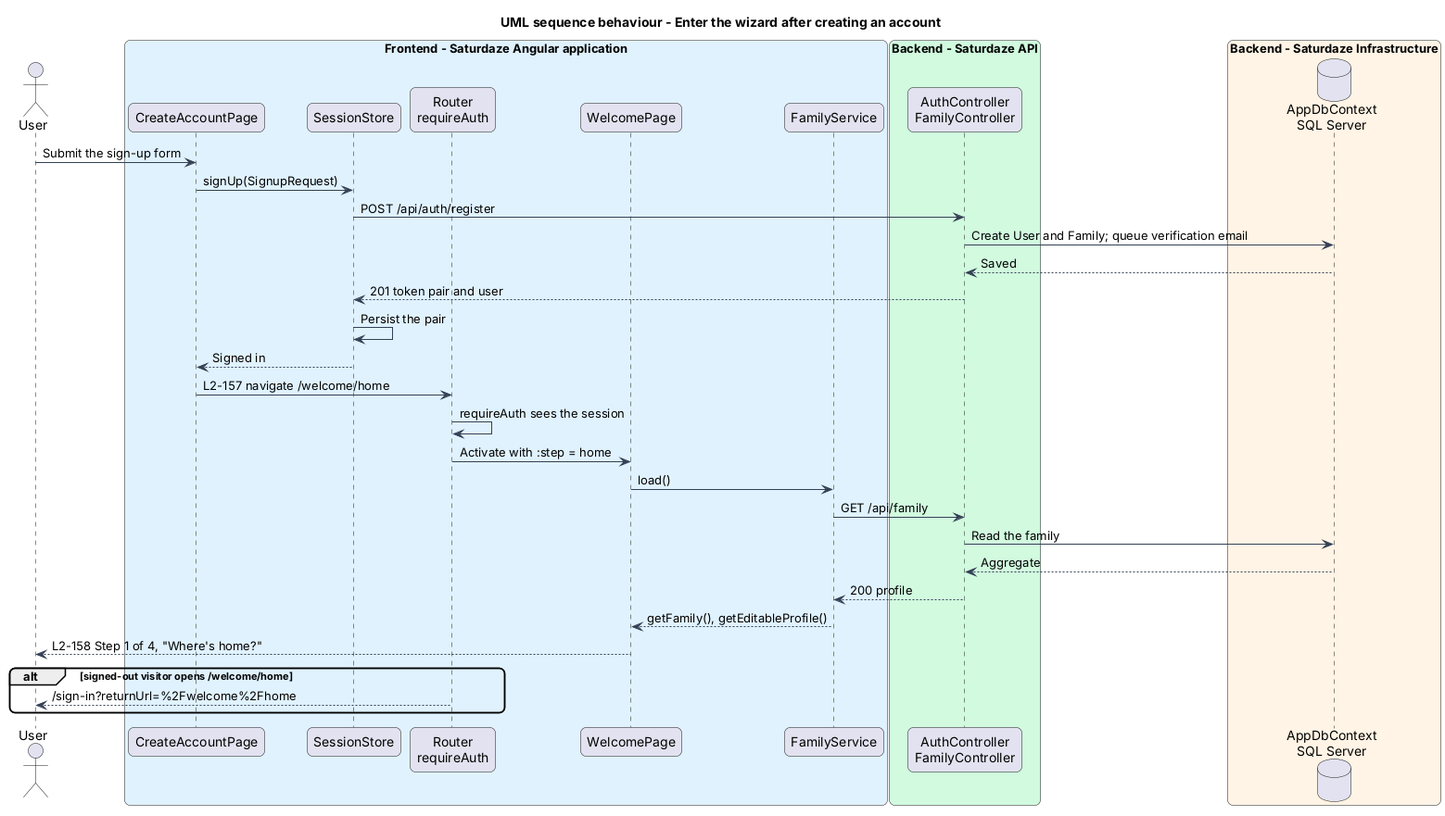
Before: docs/detailed-designs/family-profile/onboard-new-family/diagrams/sequence-enter-wizard.png, a diagram exported from PlantUML (QuinntyneBrown/saturdaze).
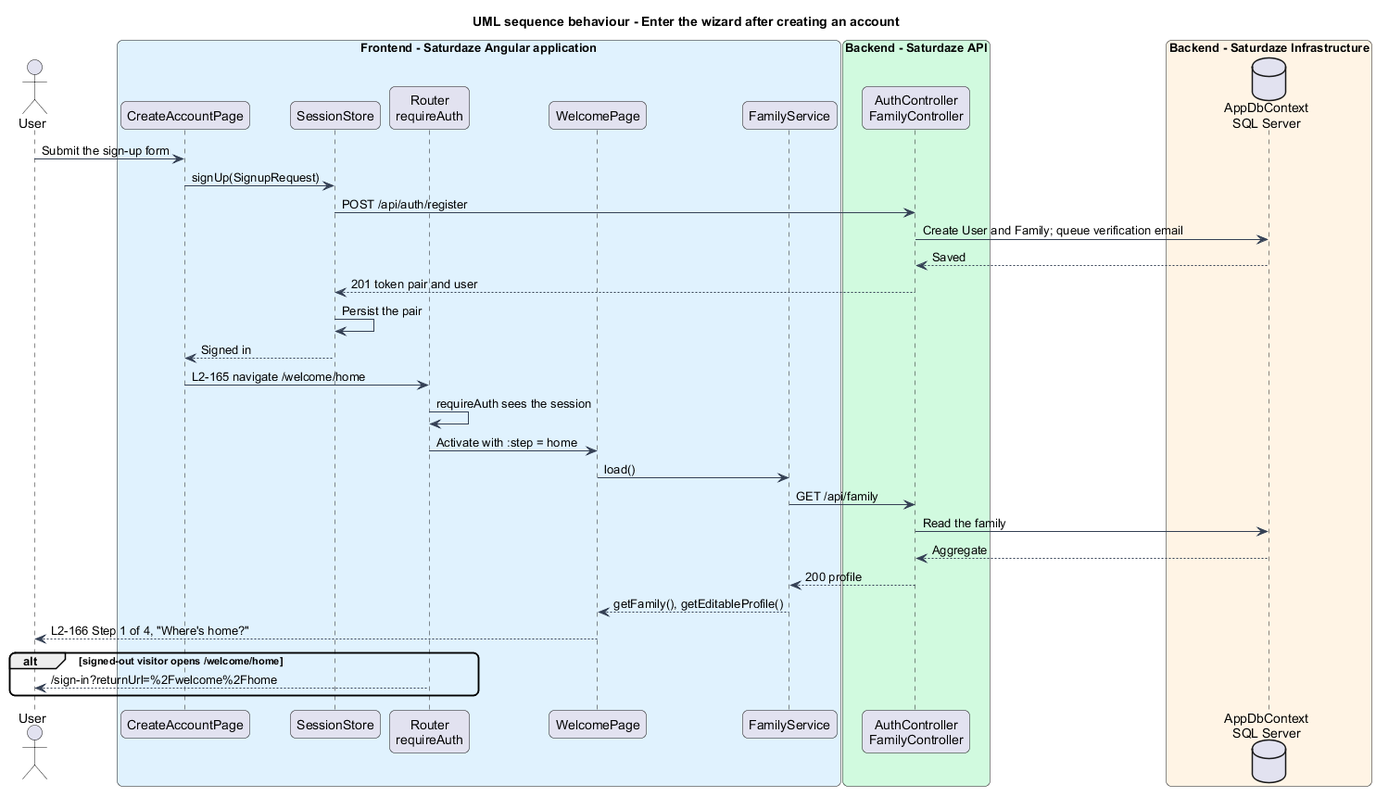
After the commit.

Diff of the diagram source:
```diff
@@ -1,5 +1,4 @@
 @startuml
-!pragma layout smetana
 title UML sequence behaviour - Enter the wizard after creating an account
 skinparam backgroundColor #FFFFFF
 skinparam shadowing false
@@ -28,7 +27,7 @@
 controller --> session : 201 token pair and user
 session -> session : Persist the pair
 session --> create : Signed in
-create -> router : L2-157 navigate /welcome/home
+create -> router : L2-165 navigate /welcome/home
 router -> router : requireAuth sees the session
 router -> page : Activate with :step = home
 page -> client : load()
@@ -37,7 +36,7 @@
 db --> controller : Aggregate
 controller --> client : 200 profile
 client --> page : getFamily(), getEditableProfile()
-page --> actor : L2-158 Step 1 of 4, "Where's home?"
+page --> actor : L2-166 Step 1 of 4, "Where's home?"
 alt signed-out visitor opens /welcome/home
  router --> actor : /sign-in?returnUrl=%2Fwelcome%2Fhome
 end
```
